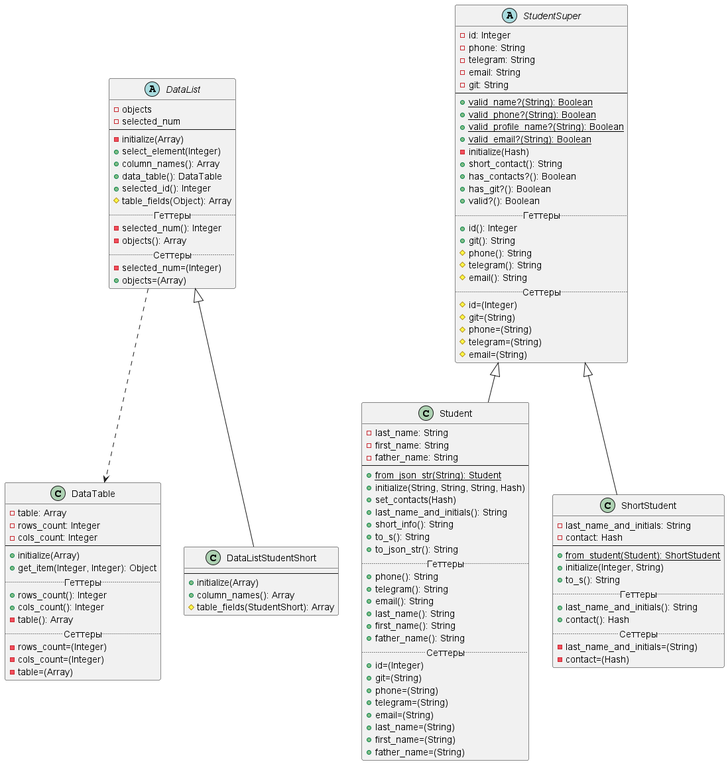
Above: lab_2/diagram.png in KoriganGH/Patterns (PlantUML), before the change.
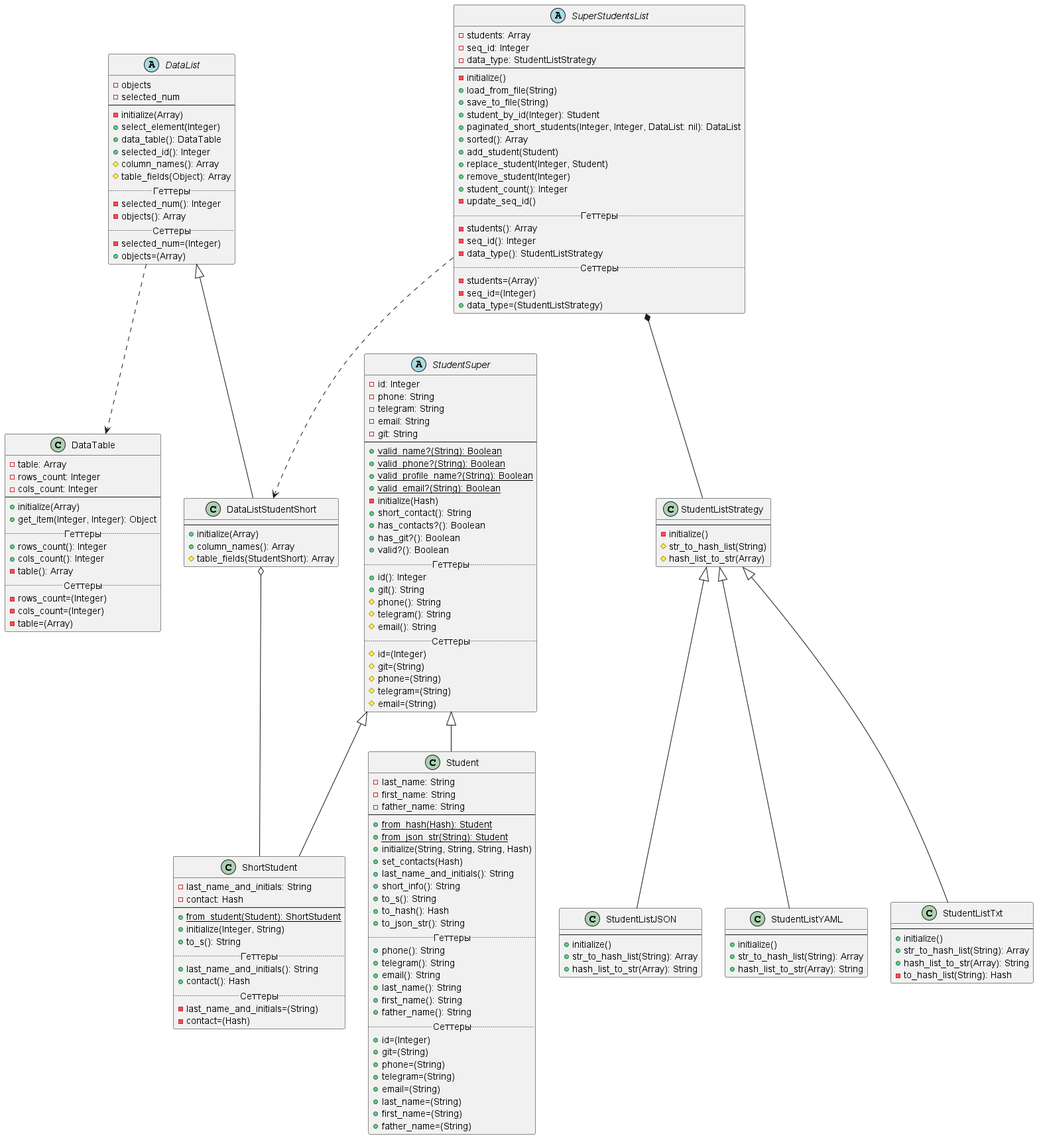
The same diagram one commit later.

The edit, as a diff of the source:
```diff
@@ -1,8 +1,12 @@
 @startuml
 
 DataList ..> DataTable
+SuperStudentsList *-- StudentListStrategy
+SuperStudentsList ..> DataListStudentShort
+DataListStudentShort o-- ShortStudent
 
-abstract class StudentSuper {
+abstract class StudentSuper
+ {
     -id: Integer
     -phone: String
     -telegram: String
@@ -37,12 +41,14 @@
     -first_name: String
     -father_name: String
     --
+    +{static}from_hash(Hash): Student
     +{static}from_json_str(String): Student
     +initialize(String, String, String, Hash)
     +set_contacts(Hash)
     +last_name_and_initials(): String
     +short_info(): String
     +to_s(): String
+    +to_hash(): Hash
     +to_json_str(): String
     .. Геттеры ..
     +phone(): String
@@ -100,9 +106,9 @@
     --
     -initialize(Array)
     +select_element(Integer)
-    +column_names(): Array
     +data_table(): DataTable
     +selected_id(): Integer
+    #column_names(): Array
     #table_fields(Object): Array
     .. Геттеры ..
     -selected_num(): Integer
@@ -119,4 +125,59 @@
     #table_fields(StudentShort): Array
 }
 
+abstract class SuperStudentsList {
+    -students: Array
+    -seq_id: Integer
+    -data_type: StudentListStrategy
+    --
+    -initialize()
+    +load_from_file(String)
+    +save_to_file(String)
+    +student_by_id(Integer): Student
+    +paginated_short_students(Integer, Integer, DataList: nil): DataList
+    +sorted(): Array
+    +add_student(Student)
+    +replace_student(Integer, Student)
+    +remove_student(Integer)
+    +student_count(): Integer
+    -update_seq_id()
+    .. Геттеры ..
+    -students(): Array
+    -seq_id(): Integer
+    -data_type(): StudentListStrategy
+    .. Сеттеры ..
+    -students=(Array)`
+    -seq_id=(Integer)
+    +data_type=(StudentListStrategy)
+}
+
+class StudentListStrategy {
+    --
+    -initialize()
+    #str_to_hash_list(String)
+    #hash_list_to_str(Array)
+}
+
+class StudentListJSON extends StudentListStrategy {
+    --
+    +initialize()
+    +str_to_hash_list(String): Array
+    +hash_list_to_str(Array): String
+}
+
+class StudentListYAML extends StudentListStrategy {
+    --
+    +initialize()
+    +str_to_hash_list(String): Array
+    +hash_list_to_str(Array): String
+}
+
+class StudentListTxt extends StudentListStrategy {
+    --
+    +initialize()
+    +str_to_hash_list(String): Array
+    +hash_list_to_str(Array): String
+    -to_hash_list(String): Hash
+}
+
 @enduml
```
